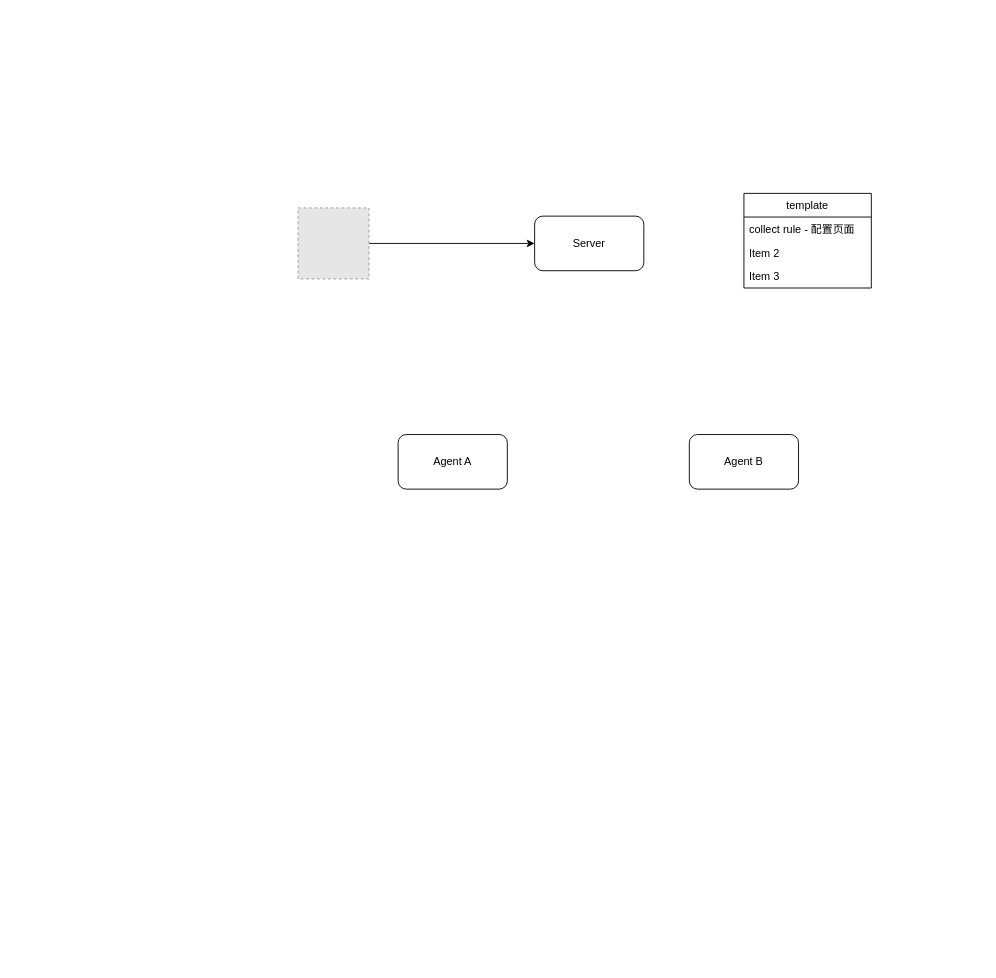
The draw.io diagram page "app store" (1 of 5) of n9e.drawio in yubo/draw, before the edit. Source tidied: cells renumbered, new cells numbered last; positions are measured from the earlier drawing's top-left corner, leaving out a move shared by most shapes. Both pictures are drawn from the tidied source at 91%, with x=0, y=0 at pixel (298, 193). Pictures stored in the file or linked from it are replaced by grey dashed boxes.
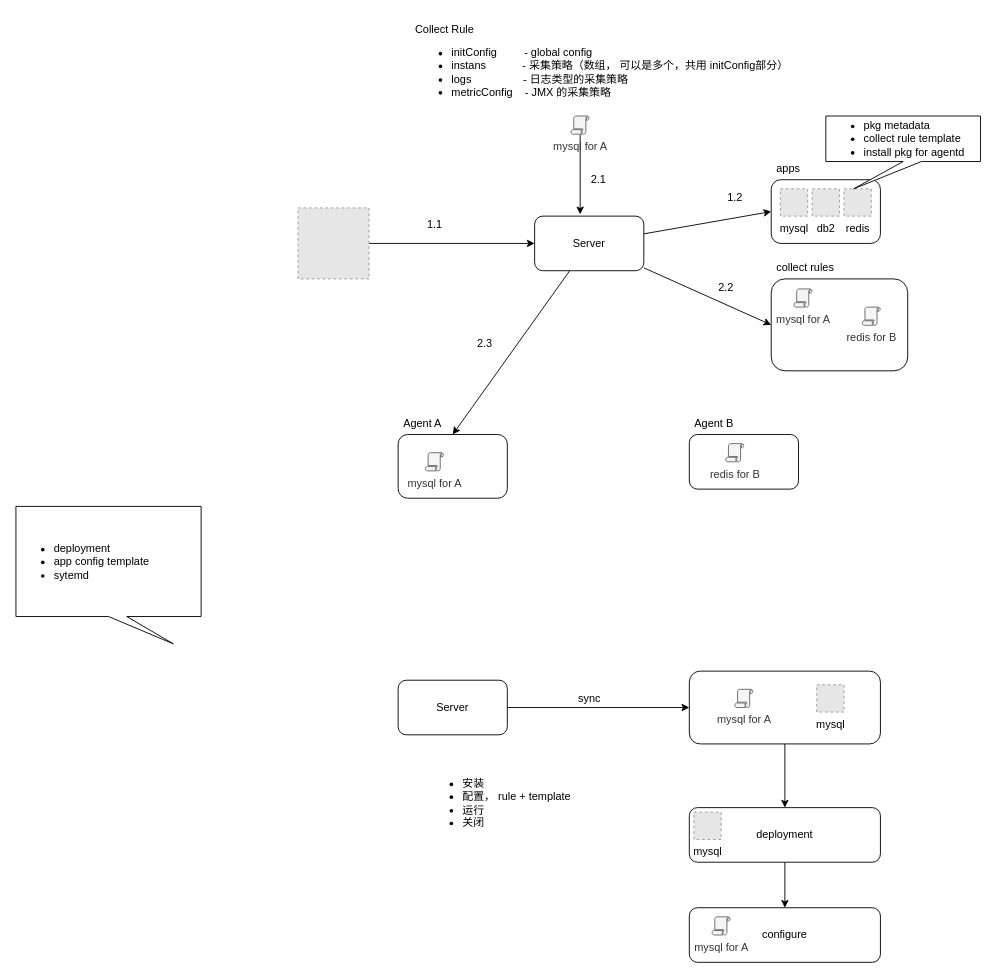
The same diagram, later.

The change refers to these unchanged cells:
```xml
<mxCell id="2" value="Server" style="rounded=1;whiteSpace=wrap;html=1;" parent="1" vertex="1">
  <mxGeometry x="260" y="25" width="120" height="60" as="geometry" />
</mxCell>
```

What changed in the source:
```diff
@@
+    <mxCell id="11" style="rounded=0;jettySize=auto;html=1;entryX=0;entryY=0.5;entryDx=0;entryDy=0;" parent="1" edge="1" source="2" target="14">
+      <mxGeometry relative="1" as="geometry" />
+    </mxCell>
+    <mxCell id="12" style="rounded=0;jettySize=auto;html=1;entryX=0;entryY=0.5;entryDx=0;entryDy=0;" parent="1" edge="1" source="2" target="19">
+      <mxGeometry relative="1" as="geometry" />
+    </mxCell>
@@
-    <mxCell id="3" value="Agent A" style="rounded=1;whiteSpace=wrap;html=1;" parent="1" vertex="1">
-      <mxGeometry x="110" y="265" width="120" height="60" as="geometry" />
+    <mxCell id="3" style="rounded=1;whiteSpace=wrap;html=1;" parent="1" vertex="1">
+      <mxGeometry x="110" y="265" width="120" height="70" as="geometry" />
     </mxCell>
-    <mxCell id="4" value="Agent B" style="rounded=1;whiteSpace=wrap;html=1;" parent="1" vertex="1">
+    <mxCell id="4" style="rounded=1;whiteSpace=wrap;html=1;" parent="1" vertex="1">
       <mxGeometry x="430" y="265" width="120" height="60" as="geometry" />
     </mxCell>
@@
-    <mxCell id="7" value="template" style="swimlane;fontStyle=0;horizontal=1;startSize=26;" parent="1" vertex="1">
-      <mxGeometry x="490" width="140" height="104" as="geometry" />
-    </mxCell>
-    <mxCell id="8" value="collect rule - 配置页面" style="text;strokeColor=none;fillColor=none;align=left;verticalAlign=top;spacingLeft=4;spacingRight=4;overflow=hidden;" parent="7" vertex="1">
-      <mxGeometry y="26" width="140" height="26" as="geometry" />
-    </mxCell>
-    <mxCell id="9" value="Item 2" style="text;strokeColor=none;fillColor=none;align=left;verticalAlign=top;spacingLeft=4;spacingRight=4;overflow=hidden;" parent="7" vertex="1">
-      <mxGeometry y="52" width="140" height="26" as="geometry" />
-    </mxCell>
-    <mxCell id="10" value="Item 3" style="text;strokeColor=none;fillColor=none;align=left;verticalAlign=top;spacingLeft=4;spacingRight=4;overflow=hidden;" parent="7" vertex="1">
-      <mxGeometry y="78" width="140" height="26" as="geometry" />
-    </mxCell>
+    <mxCell id="13" value="Collect Rule&lt;br&gt;&lt;ul&gt;&lt;li&gt;&lt;span&gt;initConfig&amp;nbsp; &amp;nbsp; &amp;nbsp; &amp;nbsp; &amp;nbsp;- global config&lt;/span&gt;&lt;/li&gt;&lt;li&gt;instans&amp;nbsp; &amp;nbsp; &amp;nbsp; &amp;nbsp; &amp;nbsp; &amp;nbsp; - 采集策略（数组， 可以是多个，共用 initConfig部分）&lt;/li&gt;&lt;li&gt;logs&amp;nbsp; &amp;nbsp; &amp;nbsp; &amp;nbsp; &amp;nbsp; &amp;nbsp; &amp;nbsp; &amp;nbsp; &amp;nbsp;- 日志类型的采集策略&lt;/li&gt;&lt;li&gt;metricConfig&amp;nbsp; &amp;nbsp; - JMX 的采集策略&lt;/li&gt;&lt;/ul&gt;" style="text;html=1;strokeColor=none;fillColor=none;align=left;verticalAlign=middle;whiteSpace=wrap;rounded=0;" parent="1" vertex="1">
+      <mxGeometry x="126.5" y="-195" width="443.5" height="110" as="geometry" />
+    </mxCell>
+    <mxCell id="14" style="rounded=1;whiteSpace=wrap;html=1;" parent="1" vertex="1">
+      <mxGeometry x="520" y="-15" width="120" height="70" as="geometry" />
+    </mxCell>
+    <mxCell id="15" value="mysql" style="fillColor=#E6E6E6;strokeColor=#999999;dashed=1;html=1;verticalAlign=top;verticalLabelPosition=bottom;labelBackgroundColor=#ffffff;" parent="1" vertex="1">
+      <mxGeometry x="530" y="-5" width="30" height="30" as="geometry" />
+    </mxCell>
+    <mxCell id="16" value="db2" style="fillColor=#E6E6E6;strokeColor=#999999;dashed=1;html=1;verticalAlign=top;verticalLabelPosition=bottom;labelBackgroundColor=#ffffff;" parent="1" vertex="1">
+      <mxGeometry x="565" y="-5" width="30" height="30" as="geometry" />
+    </mxCell>
+    <mxCell id="17" value="redis" style="fillColor=#E6E6E6;strokeColor=#999999;dashed=1;html=1;verticalAlign=top;verticalLabelPosition=bottom;labelBackgroundColor=#ffffff;" parent="1" vertex="1">
+      <mxGeometry x="600" y="-5" width="30" height="30" as="geometry" />
+    </mxCell>
+    <mxCell id="18" value="&lt;ul&gt;&lt;li&gt;pkg metadata&lt;/li&gt;&lt;li&gt;collect rule template&lt;/li&gt;&lt;li&gt;install pkg for agentd&lt;/li&gt;&lt;/ul&gt;" style="shape=callout;whiteSpace=wrap;html=1;perimeter=calloutPerimeter;position2=0.18;align=left;" parent="1" vertex="1">
+      <mxGeometry x="580" y="-85" width="170" height="80" as="geometry" />
+    </mxCell>
+    <mxCell id="19" style="rounded=1;whiteSpace=wrap;html=1;" parent="1" vertex="1">
+      <mxGeometry x="520" y="94" width="150" height="101" as="geometry" />
+    </mxCell>
+    <mxCell id="20" value="collect rules" style="text;strokeColor=none;fillColor=none;align=left;verticalAlign=top;spacingLeft=4;spacingRight=4;overflow=hidden;" parent="1" vertex="1">
+      <mxGeometry x="520" y="68" width="80" height="26" as="geometry" />
+    </mxCell>
+    <mxCell id="21" value="apps" style="text;strokeColor=none;fillColor=none;align=left;verticalAlign=top;spacingLeft=4;spacingRight=4;overflow=hidden;" parent="1" vertex="1">
+      <mxGeometry x="520" y="-41" width="80" height="26" as="geometry" />
+    </mxCell>
+    <mxCell id="22" value="mysql for A" style="shadow=0;dashed=0;html=1;strokeColor=#666666;fillColor=#f5f5f5;labelPosition=center;verticalLabelPosition=bottom;verticalAlign=top;align=center;shape=mxgraph.office.security.policy;fontColor=#333333;" parent="1" vertex="1">
+      <mxGeometry x="545" y="105" width="20" height="20" as="geometry" />
+    </mxCell>
+    <mxCell id="23" value="mysql for A" style="shadow=0;dashed=0;html=1;strokeColor=#666666;fillColor=#f5f5f5;labelPosition=center;verticalLabelPosition=bottom;verticalAlign=top;align=center;shape=mxgraph.office.security.policy;fontColor=#333333;" parent="1" vertex="1">
+      <mxGeometry x="140" y="285" width="20" height="20" as="geometry" />
+    </mxCell>
+    <mxCell id="24" value="Agent A" style="text;strokeColor=none;fillColor=none;align=left;verticalAlign=top;spacingLeft=4;spacingRight=4;overflow=hidden;" parent="1" vertex="1">
+      <mxGeometry x="110" y="239" width="80" height="26" as="geometry" />
+    </mxCell>
+    <mxCell id="25" value="&lt;ul&gt;&lt;li&gt;deployment&lt;/li&gt;&lt;li&gt;app config template&lt;/li&gt;&lt;li&gt;sytemd&lt;/li&gt;&lt;/ul&gt;" style="shape=callout;whiteSpace=wrap;html=1;perimeter=calloutPerimeter;position2=0.85;align=left;direction=east;" parent="1" vertex="1">
+      <mxGeometry x="-310" y="344" width="203.5" height="151" as="geometry" />
+    </mxCell>
+    <mxCell id="26" value="redis for B" style="shadow=0;dashed=0;html=1;strokeColor=#666666;fillColor=#f5f5f5;labelPosition=center;verticalLabelPosition=bottom;verticalAlign=top;align=center;shape=mxgraph.office.security.policy;fontColor=#333333;" parent="1" vertex="1">
+      <mxGeometry x="620" y="125" width="20" height="20" as="geometry" />
+    </mxCell>
+    <mxCell id="27" value="Agent B" style="text;strokeColor=none;fillColor=none;align=left;verticalAlign=top;spacingLeft=4;spacingRight=4;overflow=hidden;" parent="1" vertex="1">
+      <mxGeometry x="430" y="239" width="80" height="26" as="geometry" />
+    </mxCell>
+    <mxCell id="28" value="redis for B" style="shadow=0;dashed=0;html=1;strokeColor=#666666;fillColor=#f5f5f5;labelPosition=center;verticalLabelPosition=bottom;verticalAlign=top;align=center;shape=mxgraph.office.security.policy;fontColor=#333333;" parent="1" vertex="1">
+      <mxGeometry x="470" y="275" width="20" height="20" as="geometry" />
+    </mxCell>
+    <mxCell id="29" value="1.1" style="text;html=1;align=center;verticalAlign=middle;strokeColor=none;" parent="1" vertex="1">
+      <mxGeometry x="135" y="25" width="30" height="20" as="geometry" />
+    </mxCell>
+    <mxCell id="30" value="1.2" style="text;html=1;align=center;verticalAlign=middle;strokeColor=none;" parent="1" vertex="1">
+      <mxGeometry x="465" y="-5" width="30" height="20" as="geometry" />
+    </mxCell>
+    <mxCell id="31" style="edgeStyle=orthogonalEdgeStyle;rounded=0;jettySize=auto;html=1;entryX=0.417;entryY=-0.033;entryDx=0;entryDy=0;entryPerimeter=0;" parent="1" edge="1" source="32" target="2">
+      <mxGeometry relative="1" as="geometry" />
+    </mxCell>
+    <mxCell id="32" value="mysql for A" style="shadow=0;dashed=0;html=1;strokeColor=#666666;fillColor=#f5f5f5;labelPosition=center;verticalLabelPosition=bottom;verticalAlign=top;outlineConnect=0;align=center;shape=mxgraph.office.security.policy;fontColor=#333333;" parent="1" vertex="1">
+      <mxGeometry x="300" y="-85" width="20" height="20" as="geometry" />
+    </mxCell>
+    <mxCell id="33" value="2.1" style="text;html=1;align=center;verticalAlign=middle;strokeColor=none;" parent="1" vertex="1">
+      <mxGeometry x="315" y="-25" width="30" height="20" as="geometry" />
+    </mxCell>
+    <mxCell id="34" value="2.2" style="text;html=1;align=center;verticalAlign=middle;strokeColor=none;" parent="1" vertex="1">
+      <mxGeometry x="455" y="94" width="30" height="20" as="geometry" />
+    </mxCell>
+    <mxCell id="35" value="2.3" style="text;html=1;align=center;verticalAlign=middle;strokeColor=none;" parent="1" vertex="1">
+      <mxGeometry x="190" y="155" width="30" height="20" as="geometry" />
+    </mxCell>
+    <mxCell id="36" style="rounded=0;jettySize=auto;html=1;" parent="1" edge="1" source="2">
+      <mxGeometry relative="1" as="geometry">
+        <mxPoint x="170" y="265" as="targetPoint" />
+      </mxGeometry>
+    </mxCell>
+    <mxCell id="37" style="edgeStyle=none;rounded=0;jettySize=auto;html=1;entryX=0;entryY=0.5;entryDx=0;entryDy=0;" parent="1" edge="1" source="38" target="40">
+      <mxGeometry relative="1" as="geometry" />
+    </mxCell>
+    <mxCell id="38" value="Server" style="rounded=1;whiteSpace=wrap;html=1;" parent="1" vertex="1">
+      <mxGeometry x="110" y="535" width="120" height="60" as="geometry" />
+    </mxCell>
+    <mxCell id="39" style="edgeStyle=none;rounded=0;jettySize=auto;html=1;entryX=0.5;entryY=0;entryDx=0;entryDy=0;" parent="1" edge="1" source="40" target="45">
+      <mxGeometry relative="1" as="geometry" />
+    </mxCell>
+    <mxCell id="40" style="rounded=1;whiteSpace=wrap;html=1;" parent="1" vertex="1">
+      <mxGeometry x="430" y="525" width="210" height="80" as="geometry" />
+    </mxCell>
+    <mxCell id="41" value="mysql for A" style="shadow=0;dashed=0;html=1;strokeColor=#666666;fillColor=#f5f5f5;labelPosition=center;verticalLabelPosition=bottom;verticalAlign=top;align=center;shape=mxgraph.office.security.policy;fontColor=#333333;" parent="1" vertex="1">
+      <mxGeometry x="480" y="545" width="20" height="20" as="geometry" />
+    </mxCell>
+    <mxCell id="42" value="mysql" style="fillColor=#E6E6E6;strokeColor=#999999;dashed=1;html=1;verticalAlign=top;verticalLabelPosition=bottom;labelBackgroundColor=#ffffff;" parent="1" vertex="1">
+      <mxGeometry x="570" y="540" width="30" height="30" as="geometry" />
+    </mxCell>
+    <mxCell id="43" value="sync" style="text;html=1;align=center;verticalAlign=middle;strokeColor=none;" parent="1" vertex="1">
+      <mxGeometry x="300" y="545" width="40" height="20" as="geometry" />
+    </mxCell>
+    <mxCell id="44" style="edgeStyle=none;rounded=0;jettySize=auto;html=1;entryX=0.5;entryY=0;entryDx=0;entryDy=0;" parent="1" edge="1" source="45" target="48">
+      <mxGeometry relative="1" as="geometry" />
+    </mxCell>
+    <mxCell id="45" value="deployment" style="rounded=1;whiteSpace=wrap;html=1;" parent="1" vertex="1">
+      <mxGeometry x="430" y="675" width="210" height="60" as="geometry" />
+    </mxCell>
+    <mxCell id="46" value="&lt;ul&gt;&lt;li style=&quot;text-align: left&quot;&gt;安装&lt;/li&gt;&lt;li style=&quot;text-align: left&quot;&gt;配置， rule + template&lt;/li&gt;&lt;li style=&quot;text-align: left&quot;&gt;运行&lt;/li&gt;&lt;li style=&quot;text-align: left&quot;&gt;关闭&lt;br&gt;&lt;/li&gt;&lt;/ul&gt;&lt;div style=&quot;text-align: left&quot;&gt;&lt;/div&gt;" style="text;html=1;align=center;verticalAlign=middle;strokeColor=none;" parent="1" vertex="1">
+      <mxGeometry x="135" y="625" width="170" height="90" as="geometry" />
+    </mxCell>
+    <mxCell id="47" value="mysql" style="fillColor=#E6E6E6;strokeColor=#999999;dashed=1;html=1;verticalAlign=top;verticalLabelPosition=bottom;labelBackgroundColor=#ffffff;" parent="1" vertex="1">
+      <mxGeometry x="435" y="680" width="30" height="30" as="geometry" />
+    </mxCell>
+    <mxCell id="48" value="configure" style="rounded=1;whiteSpace=wrap;html=1;" parent="1" vertex="1">
+      <mxGeometry x="430" y="785" width="210" height="60" as="geometry" />
+    </mxCell>
+    <mxCell id="49" value="mysql for A" style="shadow=0;dashed=0;html=1;strokeColor=#666666;fillColor=#f5f5f5;labelPosition=center;verticalLabelPosition=bottom;verticalAlign=top;align=center;shape=mxgraph.office.security.policy;fontColor=#333333;" parent="1" vertex="1">
+      <mxGeometry x="455" y="795" width="20" height="20" as="geometry" />
+    </mxCell>
```
